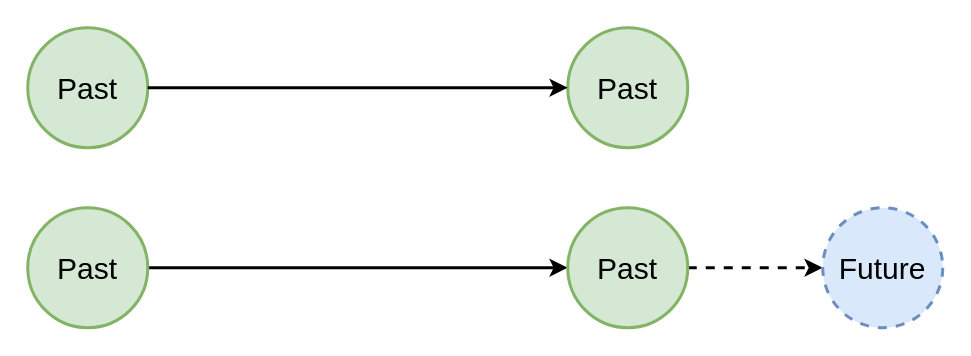
Earlier version of the draw.io diagram page "neiwai" (39 of 50) of booming/Booming ypwangv7.0 ypw new 104ppt-17.drawio (yrdimple/flowChart). Source tidied: cells renumbered, new cells numbered last; positions are measured from the earlier drawing's top-left corner, leaving out a move shared by most shapes. Both pictures are drawn from the tidied source at 150%, with x=0, y=0 at pixel (27, 27).
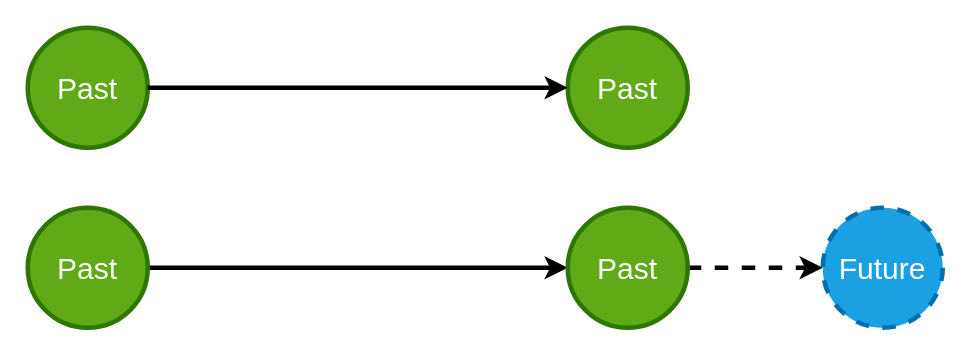
After the change.

Change to the diagram source:
```diff
@@
 <mxGraphModel>
   <root>
     <mxCell id="0" />
     <mxCell id="1" parent="0" />
-    <mxCell id="2" style="edgeStyle=orthogonalEdgeStyle;rounded=0;jettySize=auto;html=1;entryX=0;entryY=0.5;entryDx=0;entryDy=0;strokeWidth=2;fontSize=20;" parent="1" edge="1" source="3" target="5">
+    <mxCell id="2" style="edgeStyle=orthogonalEdgeStyle;rounded=0;jettySize=auto;html=1;entryX=0;entryY=0.5;entryDx=0;entryDy=0;strokeWidth=3;fontSize=20;" parent="1" edge="1" source="3" target="5">
       <mxGeometry relative="1" as="geometry" />
     </mxCell>
-    <mxCell id="3" value="Past" style="ellipse;whiteSpace=wrap;html=1;fillColor=#d5e8d4;strokeColor=#82b366;strokeWidth=2;fontSize=20;" parent="1" vertex="1">
+    <mxCell id="3" value="Past" style="ellipse;whiteSpace=wrap;html=1;fillColor=#60a917;strokeColor=#2D7600;strokeWidth=3;fontSize=20;fontColor=#ffffff;" parent="1" vertex="1">
       <mxGeometry y="120" width="80" height="80" as="geometry" />
     </mxCell>
-    <mxCell id="4" style="edgeStyle=orthogonalEdgeStyle;rounded=0;jettySize=auto;html=1;strokeWidth=2;dashed=1;fontSize=20;" parent="1" edge="1" source="5">
+    <mxCell id="4" style="edgeStyle=orthogonalEdgeStyle;rounded=0;jettySize=auto;html=1;strokeWidth=3;dashed=1;fontSize=20;" parent="1" edge="1" source="5">
       <mxGeometry relative="1" as="geometry">
         <mxPoint x="530" y="160" as="targetPoint" />
       </mxGeometry>
     </mxCell>
-    <mxCell id="5" value="Past" style="ellipse;whiteSpace=wrap;html=1;fillColor=#d5e8d4;strokeColor=#82b366;strokeWidth=2;fontSize=20;" parent="1" vertex="1">
+    <mxCell id="5" value="Past" style="ellipse;whiteSpace=wrap;html=1;fillColor=#60a917;strokeColor=#2D7600;strokeWidth=3;fontSize=20;fontColor=#ffffff;" parent="1" vertex="1">
       <mxGeometry x="360" y="120" width="80" height="80" as="geometry" />
     </mxCell>
-    <mxCell id="6" value="Future" style="ellipse;whiteSpace=wrap;html=1;fillColor=#dae8fc;strokeColor=#6c8ebf;strokeWidth=2;dashed=1;fontSize=20;" parent="1" vertex="1">
+    <mxCell id="6" value="Future" style="ellipse;whiteSpace=wrap;html=1;fillColor=#1ba1e2;strokeColor=#006EAF;strokeWidth=3;dashed=1;fontSize=20;fontColor=#ffffff;" parent="1" vertex="1">
       <mxGeometry x="530" y="120" width="80" height="80" as="geometry" />
     </mxCell>
-    <mxCell id="7" value="Past" style="ellipse;whiteSpace=wrap;html=1;fillColor=#d5e8d4;strokeColor=#82b366;strokeWidth=2;fontSize=20;" parent="1" vertex="1">
+    <mxCell id="7" value="Past" style="ellipse;whiteSpace=wrap;html=1;fillColor=#60a917;strokeColor=#2D7600;strokeWidth=3;fontSize=20;fontColor=#ffffff;" parent="1" vertex="1">
       <mxGeometry width="80" height="80" as="geometry" />
     </mxCell>
-    <mxCell id="8" value="Past" style="ellipse;whiteSpace=wrap;html=1;fillColor=#d5e8d4;strokeColor=#82b366;strokeWidth=2;fontSize=20;" parent="1" vertex="1">
+    <mxCell id="8" value="Past" style="ellipse;whiteSpace=wrap;html=1;fillColor=#60a917;strokeColor=#2D7600;strokeWidth=3;fontSize=20;fontColor=#ffffff;" parent="1" vertex="1">
       <mxGeometry x="360" width="80" height="80" as="geometry" />
     </mxCell>
-    <mxCell id="9" style="edgeStyle=orthogonalEdgeStyle;rounded=0;jettySize=auto;html=1;entryX=0;entryY=0.5;entryDx=0;entryDy=0;strokeWidth=2;fontSize=20;" parent="1" edge="1" source="7" target="8">
+    <mxCell id="9" style="edgeStyle=orthogonalEdgeStyle;rounded=0;jettySize=auto;html=1;entryX=0;entryY=0.5;entryDx=0;entryDy=0;strokeWidth=3;fontSize=20;" parent="1" edge="1" source="7" target="8">
       <mxGeometry relative="1" as="geometry" />
     </mxCell>
   </root>
 </mxGraphModel>
```
